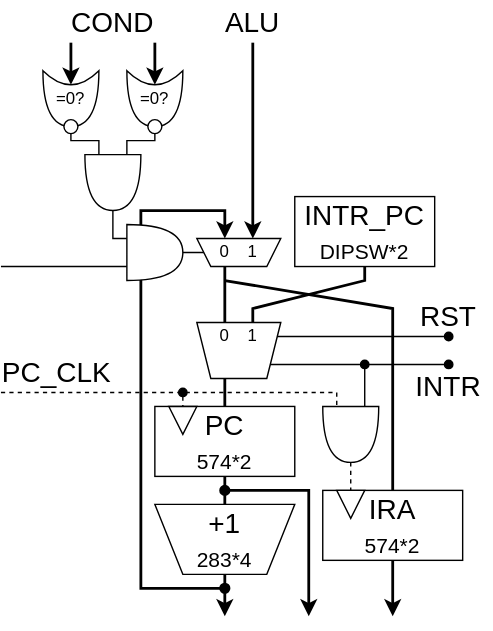
amane-uehara/kanade-k-1228.github.io keeps this draw.io diagram as Lab/Computer/RK16/9_Hardware/img/PFC.dio.svg. Above is the earlier version. Source tidied: cells renumbered, new cells last; positions are measured from the earlier drawing's top-left corner, leaving out a move shared by most shapes.
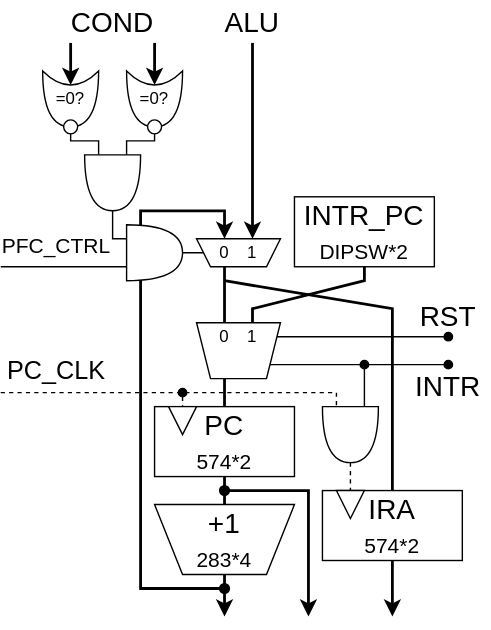
Above is the later version.

Change to the diagram source:
```diff
@@ -235,11 +235,14 @@
     <mxCell id="46" style="shape=or;whiteSpace=wrap;html=1;fontSize=40;direction=south;rotation=0;" parent="1" vertex="1">
       <mxGeometry x="60" y="110" width="40" height="40" as="geometry" />
     </mxCell>
-    <mxCell id="47" value="PC_CLK" style="text;html=1;strokeColor=none;fillColor=none;align=center;verticalAlign=middle;whiteSpace=wrap;rounded=0;fontSize=20;" parent="1" vertex="1">
+    <mxCell id="47" value="PC_CLK" style="text;html=1;strokeColor=none;fillColor=none;align=center;verticalAlign=middle;whiteSpace=wrap;rounded=0;fontSize=18;" parent="1" vertex="1">
       <mxGeometry y="250" width="80" height="30" as="geometry" />
     </mxCell>
     <mxCell id="48" value="RST" style="text;html=1;strokeColor=none;fillColor=none;align=center;verticalAlign=middle;whiteSpace=wrap;rounded=0;fontSize=20;" parent="1" vertex="1">
       <mxGeometry x="290" y="210" width="60" height="30" as="geometry" />
     </mxCell>
+    <mxCell id="49" value="PFC_CTRL" style="text;html=1;strokeColor=none;fillColor=none;align=center;verticalAlign=middle;whiteSpace=wrap;rounded=0;fontSize=15;" parent="1" vertex="1">
+      <mxGeometry y="160" width="80" height="30" as="geometry" />
+    </mxCell>
   </root>
 </mxGraphModel>
```
